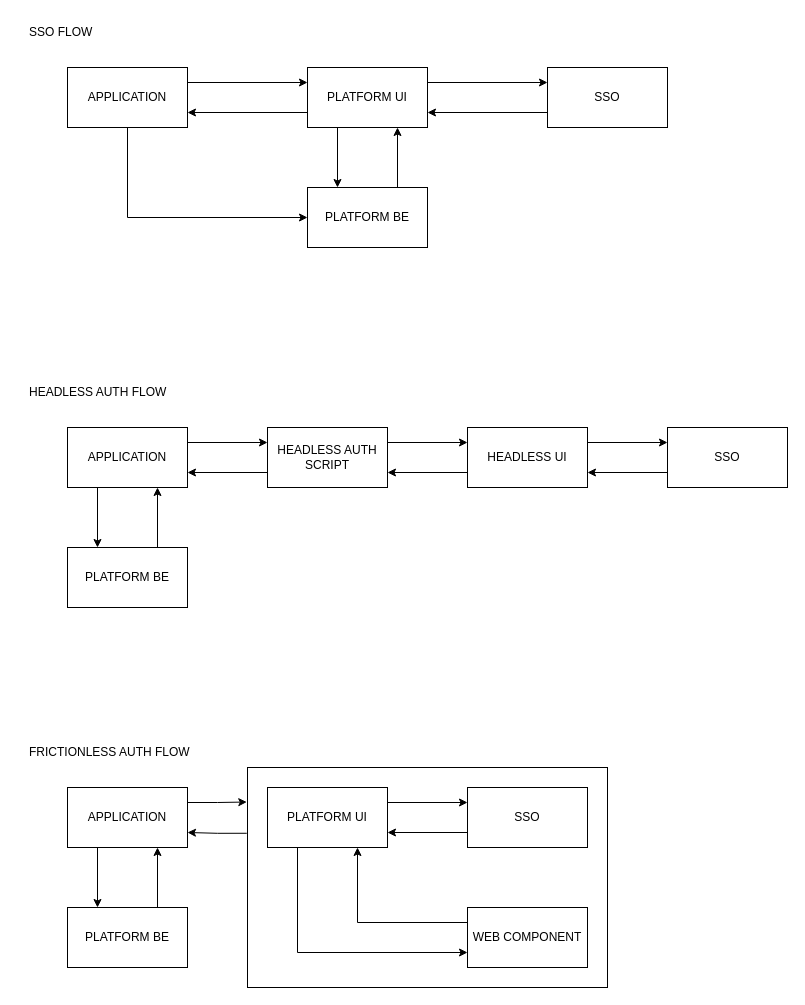
Earlier version of the draw.io diagram LOGIN-FLOWS.drawio (ssharifdev/draw.io). Source tidied: cells renumbered, new cells numbered last; positions are measured from the earlier drawing's top-left corner, leaving out a move shared by most shapes. Both pictures are drawn from the tidied source at 100%, with x=0, y=0 at pixel (27, 17).
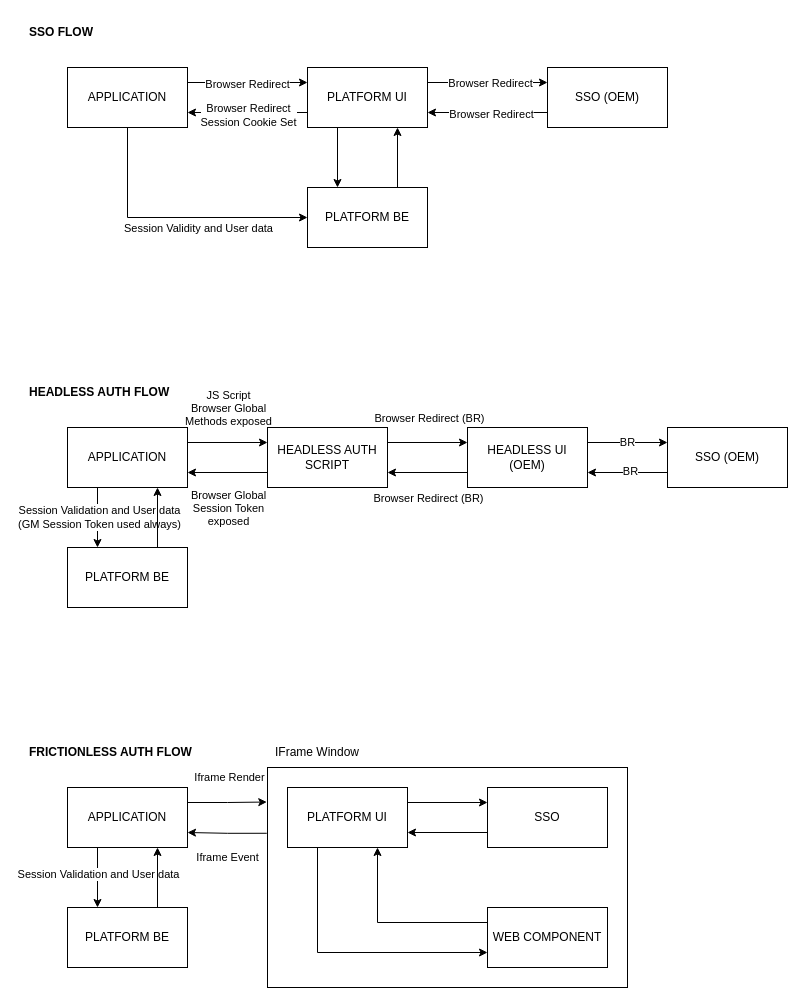
Above is the later version.

The change refers to these unchanged cells:
```xml
<mxCell id="4" style="edgeStyle=orthogonalEdgeStyle;rounded=0;jettySize=auto;html=1;exitX=1;exitY=0.25;exitDx=0;exitDy=0;entryX=0;entryY=0.25;entryDx=0;entryDy=0;" parent="1" edge="1" source="6" target="10">
  <mxGeometry relative="1" as="geometry" />
</mxCell>
<mxCell id="5" style="edgeStyle=orthogonalEdgeStyle;rounded=0;jettySize=auto;html=1;entryX=0;entryY=0.5;entryDx=0;entryDy=0;exitX=0.5;exitY=1;exitDx=0;exitDy=0;" parent="1" edge="1" source="6" target="14">
  <mxGeometry relative="1" as="geometry" />
</mxCell>
<mxCell id="7" style="edgeStyle=orthogonalEdgeStyle;rounded=0;jettySize=auto;html=1;entryX=1;entryY=0.75;entryDx=0;entryDy=0;exitX=0;exitY=0.75;exitDx=0;exitDy=0;" parent="1" edge="1" source="10" target="6">
  <mxGeometry relative="1" as="geometry" />
</mxCell>
<mxCell id="8" style="edgeStyle=orthogonalEdgeStyle;rounded=0;jettySize=auto;html=1;entryX=0;entryY=0.25;entryDx=0;entryDy=0;exitX=1;exitY=0.25;exitDx=0;exitDy=0;" parent="1" edge="1" source="10" target="12">
  <mxGeometry relative="1" as="geometry" />
</mxCell>
<mxCell id="11" style="edgeStyle=orthogonalEdgeStyle;rounded=0;jettySize=auto;html=1;entryX=1;entryY=0.75;entryDx=0;entryDy=0;exitX=0;exitY=0.75;exitDx=0;exitDy=0;" parent="1" edge="1" source="12" target="10">
  <mxGeometry relative="1" as="geometry" />
</mxCell>
<mxCell id="15" style="edgeStyle=orthogonalEdgeStyle;rounded=0;jettySize=auto;html=1;entryX=0;entryY=0.25;entryDx=0;entryDy=0;exitX=1;exitY=0.25;exitDx=0;exitDy=0;" parent="1" edge="1" source="17" target="19">
  <mxGeometry relative="1" as="geometry" />
</mxCell>
<mxCell id="16" style="edgeStyle=orthogonalEdgeStyle;rounded=0;jettySize=auto;html=1;entryX=0.25;entryY=0;entryDx=0;entryDy=0;exitX=0.25;exitY=1;exitDx=0;exitDy=0;" parent="1" edge="1" source="17" target="26">
  <mxGeometry relative="1" as="geometry" />
</mxCell>
<mxCell id="18" style="edgeStyle=orthogonalEdgeStyle;rounded=0;jettySize=auto;html=1;entryX=1;entryY=0.75;entryDx=0;entryDy=0;exitX=0;exitY=0.75;exitDx=0;exitDy=0;" parent="1" edge="1" source="19" target="17">
  <mxGeometry relative="1" as="geometry" />
</mxCell>
<mxCell id="21" style="edgeStyle=orthogonalEdgeStyle;rounded=0;jettySize=auto;html=1;entryX=1;entryY=0.75;entryDx=0;entryDy=0;exitX=0;exitY=0.75;exitDx=0;exitDy=0;" parent="1" edge="1" source="22" target="19">
  <mxGeometry relative="1" as="geometry" />
</mxCell>
<mxCell id="23" style="edgeStyle=orthogonalEdgeStyle;rounded=0;jettySize=auto;html=1;entryX=1;entryY=0.75;entryDx=0;entryDy=0;exitX=0;exitY=0.75;exitDx=0;exitDy=0;" parent="1" edge="1" source="24" target="22">
  <mxGeometry relative="1" as="geometry" />
</mxCell>
<mxCell id="27" style="edgeStyle=orthogonalEdgeStyle;rounded=0;jettySize=auto;html=1;entryX=0;entryY=0.25;entryDx=0;entryDy=0;exitX=1;exitY=0.25;exitDx=0;exitDy=0;" parent="1" edge="1" source="19" target="22">
  <mxGeometry relative="1" as="geometry" />
</mxCell>
<mxCell id="31" style="edgeStyle=orthogonalEdgeStyle;rounded=0;jettySize=auto;html=1;entryX=0.25;entryY=0;entryDx=0;entryDy=0;exitX=0.25;exitY=1;exitDx=0;exitDy=0;" parent="1" edge="1" source="32" target="41">
  <mxGeometry relative="1" as="geometry" />
</mxCell>
<mxCell id="32" value="APPLICATION" style="rounded=0;whiteSpace=wrap;html=1;" parent="1" vertex="1">
  <mxGeometry x="40" y="770" width="120" height="60" as="geometry" />
</mxCell>
<mxCell id="42" style="edgeStyle=orthogonalEdgeStyle;rounded=0;jettySize=auto;html=1;entryX=-0.002;entryY=0.157;entryDx=0;entryDy=0;entryPerimeter=0;exitX=1;exitY=0.25;exitDx=0;exitDy=0;" parent="1" edge="1" source="32" target="2">
  <mxGeometry relative="1" as="geometry" />
</mxCell>
```

What changed in the source:
```diff
@@
     <mxCell id="2" style="rounded=0;whiteSpace=wrap;html=1;fillColor=none;" parent="1" vertex="1">
-      <mxGeometry x="220" y="750" width="360" height="220" as="geometry" />
+      <mxGeometry x="240" y="750" width="360" height="220" as="geometry" />
     </mxCell>
-    <mxCell id="3" style="edgeStyle=orthogonalEdgeStyle;rounded=0;jettySize=auto;html=1;entryX=1;entryY=0.75;entryDx=0;entryDy=0;exitX=-0.002;exitY=0.299;exitDx=0;exitDy=0;exitPerimeter=0;" parent="1" edge="1" source="2" target="32">
-      <mxGeometry relative="1" as="geometry" />
+    <mxCell id="3" value="Iframe Event" style="edgeStyle=orthogonalEdgeStyle;rounded=0;jettySize=auto;html=1;entryX=1;entryY=0.75;entryDx=0;entryDy=0;exitX=-0.002;exitY=0.299;exitDx=0;exitDy=0;exitPerimeter=0;labelBackgroundColor=none;" parent="1" edge="1" source="2" target="32">
+      <mxGeometry x="-0.03" y="-24" relative="1" as="geometry">
+        <mxPoint x="-24" y="24" as="offset" />
+      </mxGeometry>
     </mxCell>
@@
+    <mxCell id="43" value="Browser Redirect" style="edgeLabel;html=1;align=center;verticalAlign=middle;" parent="4" vertex="1">
+      <mxGeometry x="-0.02" y="-1" relative="1" as="geometry" />
+    </mxCell>
@@
+    <mxCell id="44" value="Session Validity and User data" style="edgeLabel;html=1;align=center;verticalAlign=middle;" parent="5" vertex="1">
+      <mxGeometry x="-0.13" y="-2" relative="1" as="geometry">
+        <mxPoint x="43" y="8" as="offset" />
+      </mxGeometry>
+    </mxCell>
@@
+    <mxCell id="45" value="Browser Redirect&lt;br&gt;Session Cookie Set" style="edgeLabel;html=1;align=center;verticalAlign=middle;" parent="7" vertex="1">
+      <mxGeometry y="2" relative="1" as="geometry" />
+    </mxCell>
@@
+    <mxCell id="46" value="Browser Redirect" style="edgeLabel;html=1;align=center;verticalAlign=middle;" parent="8" vertex="1">
+      <mxGeometry x="0.03" y="-1" relative="1" as="geometry" />
+    </mxCell>
@@
+    <mxCell id="47" value="Browser Redirect" style="edgeLabel;html=1;align=center;verticalAlign=middle;" parent="11" vertex="1">
+      <mxGeometry x="-0.05" y="1" relative="1" as="geometry" />
+    </mxCell>
-    <mxCell id="12" value="SSO" style="rounded=0;whiteSpace=wrap;html=1;" parent="1" vertex="1">
+    <mxCell id="12" value="SSO (OEM)" style="rounded=0;whiteSpace=wrap;html=1;" parent="1" vertex="1">
       <mxGeometry x="520" y="50" width="120" height="60" as="geometry" />
     </mxCell>
@@
+    <mxCell id="48" value="JS Script&lt;br&gt;Browser Global&lt;br&gt;Methods exposed" style="edgeLabel;html=1;align=center;verticalAlign=middle;labelBackgroundColor=none;" parent="15" vertex="1">
+      <mxGeometry x="-0.01" y="1" relative="1" as="geometry">
+        <mxPoint y="-34" as="offset" />
+      </mxGeometry>
+    </mxCell>
@@
+    <mxCell id="49" value="Session Validation and User data&lt;br&gt;(GM Session Token used always)" style="edgeLabel;html=1;align=center;verticalAlign=middle;" parent="16" vertex="1">
+      <mxGeometry x="-0.05" y="1" relative="1" as="geometry" />
+    </mxCell>
@@
+    <mxCell id="50" value="Browser Global&lt;br&gt;Session Token&lt;br&gt;exposed" style="edgeLabel;html=1;align=center;verticalAlign=middle;" parent="18" vertex="1">
+      <mxGeometry x="-0.07" y="1" relative="1" as="geometry">
+        <mxPoint x="-3" y="34" as="offset" />
+      </mxGeometry>
+    </mxCell>
@@
-    <mxCell id="20" style="edgeStyle=orthogonalEdgeStyle;rounded=0;jettySize=auto;html=1;entryX=0;entryY=0.25;entryDx=0;entryDy=0;exitX=1;exitY=0.25;exitDx=0;exitDy=0;" parent="1" edge="1" source="22" target="24">
+    <mxCell id="20" value="BR" style="edgeStyle=orthogonalEdgeStyle;rounded=0;jettySize=auto;html=1;entryX=0;entryY=0.25;entryDx=0;entryDy=0;exitX=1;exitY=0.25;exitDx=0;exitDy=0;" parent="1" edge="1" source="22" target="24">
       <mxGeometry relative="1" as="geometry" />
     </mxCell>
@@
+    <mxCell id="51" value="Browser Redirect (BR)" style="edgeLabel;html=1;align=center;verticalAlign=middle;" parent="21" vertex="1">
+      <mxGeometry x="-0.02" y="2" relative="1" as="geometry">
+        <mxPoint x="-1" y="23" as="offset" />
+      </mxGeometry>
+    </mxCell>
-    <mxCell id="22" value="HEADLESS UI" style="rounded=0;whiteSpace=wrap;html=1;" parent="1" vertex="1">
+    <mxCell id="22" value="HEADLESS UI (OEM)" style="rounded=0;whiteSpace=wrap;html=1;" parent="1" vertex="1">
       <mxGeometry x="440" y="410" width="120" height="60" as="geometry" />
     </mxCell>
@@
+    <mxCell id="52" value="BR" style="edgeLabel;html=1;align=center;verticalAlign=middle;" parent="23" vertex="1">
+      <mxGeometry x="-0.04" y="-2" relative="1" as="geometry" />
+    </mxCell>
-    <mxCell id="24" value="SSO" style="rounded=0;whiteSpace=wrap;html=1;" parent="1" vertex="1">
+    <mxCell id="24" value="SSO (OEM)" style="rounded=0;whiteSpace=wrap;html=1;" parent="1" vertex="1">
       <mxGeometry x="640" y="410" width="120" height="60" as="geometry" />
     </mxCell>
@@
+    <mxCell id="53" value="Browser Redirect (BR)" style="edgeLabel;html=1;align=center;verticalAlign=middle;labelBackgroundColor=none;" parent="27" vertex="1">
+      <mxGeometry x="0.02" relative="1" as="geometry">
+        <mxPoint y="-25" as="offset" />
+      </mxGeometry>
+    </mxCell>
-    <mxCell id="28" value="SSO FLOW" style="text;html=1;align=left;verticalAlign=middle;whiteSpace=wrap;rounded=0;" parent="1" vertex="1">
+    <mxCell id="28" value="&lt;b&gt;SSO FLOW&lt;/b&gt;" style="text;html=1;align=left;verticalAlign=middle;whiteSpace=wrap;rounded=0;" parent="1" vertex="1">
       <mxGeometry width="160" height="30" as="geometry" />
     </mxCell>
-    <mxCell id="29" value="HEADLESS AUTH FLOW" style="text;html=1;align=left;verticalAlign=middle;whiteSpace=wrap;rounded=0;" parent="1" vertex="1">
+    <mxCell id="29" value="&lt;b&gt;HEADLESS AUTH FLOW&lt;/b&gt;" style="text;html=1;align=left;verticalAlign=middle;whiteSpace=wrap;rounded=0;" parent="1" vertex="1">
       <mxGeometry y="360" width="160" height="30" as="geometry" />
     </mxCell>
-    <mxCell id="30" value="FRICTIONLESS AUTH FLOW" style="text;html=1;align=left;verticalAlign=middle;whiteSpace=wrap;rounded=0;" parent="1" vertex="1">
+    <mxCell id="30" value="&lt;b&gt;FRICTIONLESS AUTH FLOW&lt;/b&gt;" style="text;html=1;align=left;verticalAlign=middle;whiteSpace=wrap;rounded=0;" parent="1" vertex="1">
       <mxGeometry y="720" width="200" height="30" as="geometry" />
     </mxCell>
@@
+    <mxCell id="54" value="Session Validation and User data" style="edgeLabel;html=1;align=center;verticalAlign=middle;" parent="31" vertex="1">
+      <mxGeometry x="-0.12" relative="1" as="geometry" />
+    </mxCell>
@@
     <mxCell id="35" value="PLATFORM UI" style="rounded=0;whiteSpace=wrap;html=1;" parent="1" vertex="1">
-      <mxGeometry x="240" y="770" width="120" height="60" as="geometry" />
+      <mxGeometry x="260" y="770" width="120" height="60" as="geometry" />
     </mxCell>
@@
     <mxCell id="37" value="SSO" style="rounded=0;whiteSpace=wrap;html=1;" parent="1" vertex="1">
-      <mxGeometry x="440" y="770" width="120" height="60" as="geometry" />
+      <mxGeometry x="460" y="770" width="120" height="60" as="geometry" />
     </mxCell>
@@
     <mxCell id="39" value="WEB COMPONENT" style="rounded=0;whiteSpace=wrap;html=1;" parent="1" vertex="1">
-      <mxGeometry x="440" y="890" width="120" height="60" as="geometry" />
+      <mxGeometry x="460" y="890" width="120" height="60" as="geometry" />
     </mxCell>
@@
+    <mxCell id="55" value="Iframe Render" style="edgeLabel;html=1;align=center;verticalAlign=middle;" parent="42" vertex="1">
+      <mxGeometry x="0.01" y="-1" relative="1" as="geometry">
+        <mxPoint y="-26" as="offset" />
+      </mxGeometry>
+    </mxCell>
+    <mxCell id="56" value="IFrame Window" style="text;html=1;align=center;verticalAlign=middle;whiteSpace=wrap;rounded=0;" parent="1" vertex="1">
+      <mxGeometry x="240" y="720" width="100" height="30" as="geometry" />
+    </mxCell>
```
